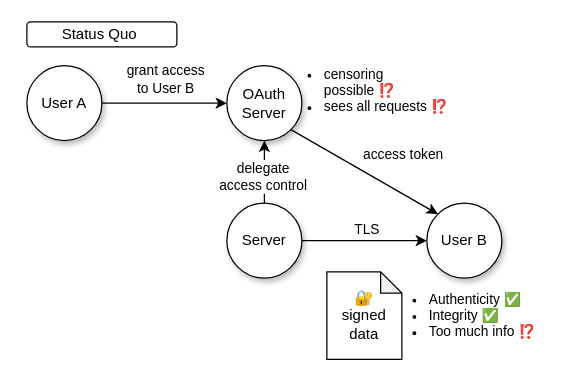
The draw.io diagram diagrams/data_provenance_oauth.drawio in tlsnotary/docs-mdbook, before the edit. Source tidied: cells renumbered, new cells numbered last; positions are measured from the earlier drawing's top-left corner, leaving out a move shared by most shapes. Both pictures are drawn from the tidied source at 125%, with x=0, y=0 at pixel (26, 21).
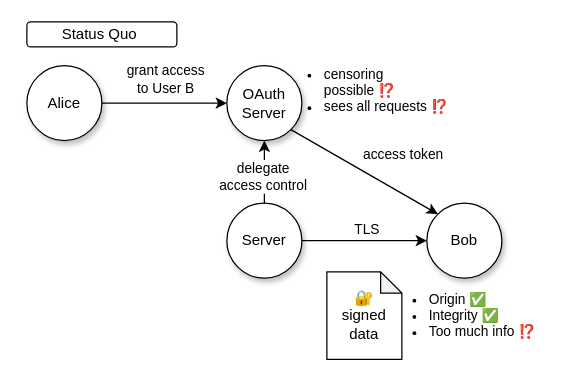
The same diagram, later.

Change to the diagram source:
```diff
@@
-    <mxCell id="3" value="&lt;ul style=&quot;font-size: 11px;&quot;&gt;&lt;li&gt;Authenticity ✅&lt;/li&gt;&lt;li style=&quot;border-color: var(--border-color);&quot;&gt;Integrity&amp;nbsp;✅&lt;/li&gt;&lt;li&gt;&lt;span style=&quot;background-color: initial;&quot;&gt;Too much info&amp;nbsp;&lt;/span&gt;⁉️&lt;br&gt;&lt;/li&gt;&lt;/ul&gt;" style="rounded=0;whiteSpace=wrap;html=1;align=left;fillColor=none;strokeColor=none;horizontal=1;" parent="1" vertex="1">
+    <mxCell id="3" value="&lt;ul style=&quot;font-size: 11px;&quot;&gt;&lt;li&gt;Origin ✅&lt;/li&gt;&lt;li style=&quot;border-color: var(--border-color);&quot;&gt;Integrity&amp;nbsp;✅&lt;/li&gt;&lt;li&gt;&lt;span style=&quot;background-color: initial;&quot;&gt;Too much info&amp;nbsp;&lt;/span&gt;⁉️&lt;br&gt;&lt;/li&gt;&lt;/ul&gt;" style="rounded=0;whiteSpace=wrap;html=1;align=left;fillColor=none;strokeColor=none;horizontal=1;" parent="1" vertex="1">
       <mxGeometry x="280" y="205" width="136" height="60" as="geometry" />
     </mxCell>
@@
-    <mxCell id="7" value="User A" style="ellipse;whiteSpace=wrap;html=1;shadow=1;" parent="1" vertex="1">
+    <mxCell id="7" value="Alice" style="ellipse;whiteSpace=wrap;html=1;shadow=1;" parent="1" vertex="1">
       <mxGeometry y="35" width="60" height="60" as="geometry" />
     </mxCell>
-    <mxCell id="8" value="User B" style="ellipse;whiteSpace=wrap;html=1;shadow=1;" parent="1" vertex="1">
+    <mxCell id="8" value="Bob" style="ellipse;whiteSpace=wrap;html=1;shadow=1;" parent="1" vertex="1">
       <mxGeometry x="320" y="145" width="60" height="60" as="geometry" />
     </mxCell>
```
